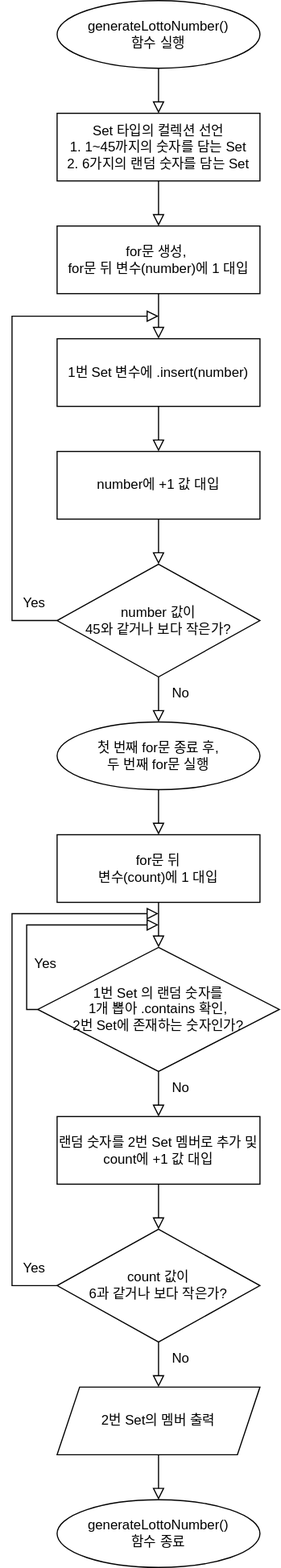
Earlier version of the draw.io export STEP1_generateLottoNumber_flowchart.svg (yagom-academy/swift-starter-Round2). Source tidied: cells renumbered, new cells last; positions are measured from the earlier drawing's top-left corner, leaving out a move shared by most shapes.
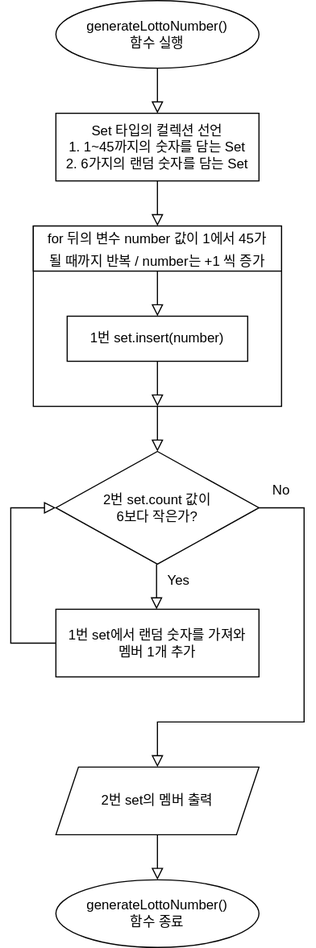
After the change.

Commit message:
REFACTOR: STEP1 while 반복문으로 수정

The edit, as a diff of the source:
```diff
@@ -18,135 +18,88 @@
         <mxPoint x="140" y="200" as="targetPoint" />
       </mxGeometry>
     </mxCell>
-    <mxCell id="6" value="for문 생성,&amp;nbsp;&lt;br&gt;for문 뒤 변수(number)에 1 대입" style="rounded=0;whiteSpace=wrap;html=1;" parent="1" vertex="1">
-      <mxGeometry x="50" y="200" width="180" height="60" as="geometry" />
-    </mxCell>
-    <mxCell id="7" style="rounded=0;html=1;jettySize=auto;orthogonalLoop=1;fontSize=11;endArrow=block;endFill=0;endSize=8;strokeWidth=1;shadow=0;labelBackgroundColor=none;edgeStyle=orthogonalEdgeStyle;exitX=0.5;exitY=1;exitDx=0;exitDy=0;" parent="1" edge="1">
-      <mxGeometry relative="1" as="geometry">
-        <mxPoint x="140" y="260" as="sourcePoint" />
-        <mxPoint x="140" y="300" as="targetPoint" />
-      </mxGeometry>
-    </mxCell>
-    <mxCell id="8" value="1번 Set 변수에 .insert(number)" style="rounded=0;whiteSpace=wrap;html=1;" parent="1" vertex="1">
-      <mxGeometry x="50" y="300" width="180" height="60" as="geometry" />
-    </mxCell>
-    <mxCell id="9" style="rounded=0;html=1;jettySize=auto;fontSize=11;endArrow=block;endFill=0;endSize=8;strokeWidth=1;shadow=0;labelBackgroundColor=none;edgeStyle=orthogonalEdgeStyle;exitX=0.5;exitY=1;exitDx=0;exitDy=0;" parent="1" edge="1" source="8">
-      <mxGeometry relative="1" as="geometry">
-        <mxPoint x="140" y="400" as="targetPoint" />
-      </mxGeometry>
-    </mxCell>
-    <mxCell id="10" value="number 값이 &lt;br&gt;45와 같거나 보다 작은가?" style="rhombus;whiteSpace=wrap;html=1;rounded=0;" parent="1" vertex="1">
-      <mxGeometry x="50" y="500" width="180" height="100" as="geometry" />
-    </mxCell>
-    <mxCell id="11" value="number에 +1 값 대입" style="rounded=0;whiteSpace=wrap;html=1;" parent="1" vertex="1">
-      <mxGeometry x="50" y="400" width="180" height="60" as="geometry" />
-    </mxCell>
-    <mxCell id="12" style="rounded=0;html=1;jettySize=auto;fontSize=11;endArrow=block;endFill=0;endSize=8;strokeWidth=1;shadow=0;labelBackgroundColor=none;edgeStyle=orthogonalEdgeStyle;exitX=0.5;exitY=1;exitDx=0;exitDy=0;" parent="1" edge="1" source="11">
-      <mxGeometry relative="1" as="geometry">
-        <mxPoint x="140" y="500" as="targetPoint" />
-      </mxGeometry>
-    </mxCell>
-    <mxCell id="13" style="rounded=0;html=1;jettySize=auto;fontSize=11;endArrow=block;endFill=0;endSize=8;strokeWidth=1;shadow=0;labelBackgroundColor=none;edgeStyle=orthogonalEdgeStyle;exitX=0;exitY=0.5;exitDx=0;exitDy=0;" parent="1" edge="1" source="10">
-      <mxGeometry relative="1" as="geometry">
-        <mxPoint x="140" y="280" as="targetPoint" />
-        <Array as="points">
-          <mxPoint x="10" y="550" />
-          <mxPoint x="10" y="280" />
-        </Array>
-      </mxGeometry>
-    </mxCell>
-    <mxCell id="14" value="Yes" style="text;html=1;strokeColor=none;fillColor=none;align=center;verticalAlign=middle;whiteSpace=wrap;rounded=0;" parent="1" vertex="1">
-      <mxGeometry y="520" width="60" height="30" as="geometry" />
-    </mxCell>
-    <mxCell id="15" value="No" style="text;html=1;strokeColor=none;fillColor=none;align=center;verticalAlign=middle;whiteSpace=wrap;rounded=0;" parent="1" vertex="1">
-      <mxGeometry x="130" y="600" width="60" height="30" as="geometry" />
-    </mxCell>
-    <mxCell id="16" style="rounded=0;html=1;jettySize=auto;fontSize=11;endArrow=block;endFill=0;endSize=8;strokeWidth=1;shadow=0;labelBackgroundColor=none;edgeStyle=orthogonalEdgeStyle;exitX=0.5;exitY=1;exitDx=0;exitDy=0;" parent="1" edge="1" source="10">
-      <mxGeometry relative="1" as="geometry">
-        <mxPoint x="140" y="640" as="targetPoint" />
-      </mxGeometry>
-    </mxCell>
-    <mxCell id="17" style="rounded=0;html=1;jettySize=auto;orthogonalLoop=1;fontSize=11;endArrow=block;endFill=0;endSize=8;strokeWidth=1;shadow=0;labelBackgroundColor=none;edgeStyle=orthogonalEdgeStyle;exitX=0.5;exitY=1;exitDx=0;exitDy=0;" parent="1" edge="1">
-      <mxGeometry relative="1" as="geometry">
-        <mxPoint x="140" y="700" as="sourcePoint" />
-        <mxPoint x="140" y="740" as="targetPoint" />
-      </mxGeometry>
-    </mxCell>
-    <mxCell id="18" value="for문 뒤 &lt;br&gt;변수(count)에 1 대입" style="rounded=0;whiteSpace=wrap;html=1;" parent="1" vertex="1">
-      <mxGeometry x="50" y="740" width="180" height="60" as="geometry" />
-    </mxCell>
-    <mxCell id="19" style="rounded=0;html=1;jettySize=auto;orthogonalLoop=1;fontSize=11;endArrow=block;endFill=0;endSize=8;strokeWidth=1;shadow=0;labelBackgroundColor=none;edgeStyle=orthogonalEdgeStyle;exitX=0.5;exitY=1;exitDx=0;exitDy=0;" parent="1" edge="1">
-      <mxGeometry relative="1" as="geometry">
-        <mxPoint x="140" y="800" as="sourcePoint" />
-        <mxPoint x="140" y="840" as="targetPoint" />
-      </mxGeometry>
-    </mxCell>
-    <mxCell id="20" value="count 값이 &lt;br&gt;6과 같거나 보다 작은가?" style="rhombus;whiteSpace=wrap;html=1;rounded=0;" parent="1" vertex="1">
-      <mxGeometry x="50" y="1090" width="180" height="100" as="geometry" />
-    </mxCell>
-    <mxCell id="21" value="랜덤 숫자를 2번 Set 멤버로 추가 및&lt;br&gt;count에 +1 값 대입" style="rounded=0;whiteSpace=wrap;html=1;" parent="1" vertex="1">
-      <mxGeometry x="50" y="990" width="180" height="60" as="geometry" />
-    </mxCell>
-    <mxCell id="22" style="rounded=0;html=1;jettySize=auto;fontSize=11;endArrow=block;endFill=0;endSize=8;strokeWidth=1;shadow=0;labelBackgroundColor=none;edgeStyle=orthogonalEdgeStyle;exitX=0.5;exitY=1;exitDx=0;exitDy=0;" parent="1" edge="1" source="21">
-      <mxGeometry relative="1" as="geometry">
-        <mxPoint x="140" y="1090" as="targetPoint" />
-      </mxGeometry>
-    </mxCell>
-    <mxCell id="23" style="rounded=0;html=1;jettySize=auto;fontSize=11;endArrow=block;endFill=0;endSize=8;strokeWidth=1;shadow=0;labelBackgroundColor=none;edgeStyle=orthogonalEdgeStyle;exitX=0;exitY=0.5;exitDx=0;exitDy=0;" parent="1" edge="1" source="20">
-      <mxGeometry relative="1" as="geometry">
-        <mxPoint x="140" y="810" as="targetPoint" />
-        <Array as="points">
-          <mxPoint x="10" y="1140" />
-          <mxPoint x="10" y="810" />
-        </Array>
-      </mxGeometry>
-    </mxCell>
-    <mxCell id="24" value="Yes" style="text;html=1;strokeColor=none;fillColor=none;align=center;verticalAlign=middle;whiteSpace=wrap;rounded=0;" parent="1" vertex="1">
-      <mxGeometry y="1110" width="60" height="30" as="geometry" />
-    </mxCell>
-    <mxCell id="25" value="No" style="text;html=1;strokeColor=none;fillColor=none;align=center;verticalAlign=middle;whiteSpace=wrap;rounded=0;" parent="1" vertex="1">
-      <mxGeometry x="130" y="1190" width="60" height="30" as="geometry" />
-    </mxCell>
-    <mxCell id="26" style="rounded=0;html=1;jettySize=auto;fontSize=11;endArrow=block;endFill=0;endSize=8;strokeWidth=1;shadow=0;labelBackgroundColor=none;edgeStyle=orthogonalEdgeStyle;exitX=0.5;exitY=1;exitDx=0;exitDy=0;" parent="1" edge="1" source="20">
-      <mxGeometry relative="1" as="geometry">
-        <mxPoint x="140" y="1230" as="targetPoint" />
-      </mxGeometry>
-    </mxCell>
     <mxCell id="27" value="&lt;span&gt;generateLottoNumber()&lt;/span&gt;&lt;br&gt;&lt;span&gt;함수 종료&lt;/span&gt;" style="ellipse;whiteSpace=wrap;html=1;rounded=0;" parent="1" vertex="1">
-      <mxGeometry x="50" y="1330" width="180" height="60" as="geometry" />
+      <mxGeometry x="50" y="780" width="180" height="60" as="geometry" />
     </mxCell>
-    <mxCell id="28" value="첫 번째 for문 종료 후,&lt;br&gt;두 번째 for문 실행" style="ellipse;whiteSpace=wrap;html=1;rounded=0;" parent="1" vertex="1">
-      <mxGeometry x="50" y="640" width="180" height="60" as="geometry" />
-    </mxCell>
-    <mxCell id="29" value="1번 Set 의 랜덤 숫자를 &lt;br&gt;1개 뽑아 .contains 확인,&lt;br&gt;2번 Set에 존재하는 숫자인가?" style="rhombus;whiteSpace=wrap;html=1;rounded=0;" parent="1" vertex="1">
-      <mxGeometry x="32.8" y="840" width="214.4" height="110" as="geometry" />
-    </mxCell>
-    <mxCell id="30" style="rounded=0;html=1;jettySize=auto;fontSize=11;endArrow=block;endFill=0;endSize=8;strokeWidth=1;shadow=0;labelBackgroundColor=none;edgeStyle=orthogonalEdgeStyle;exitX=0;exitY=0.5;exitDx=0;exitDy=0;" parent="1" edge="1" source="29">
-      <mxGeometry relative="1" as="geometry">
-        <mxPoint x="140" y="820" as="targetPoint" />
-        <Array as="points">
-          <mxPoint x="23" y="820" />
-        </Array>
-      </mxGeometry>
-    </mxCell>
-    <mxCell id="31" style="rounded=0;html=1;jettySize=auto;fontSize=11;endArrow=block;endFill=0;endSize=8;strokeWidth=1;shadow=0;labelBackgroundColor=none;edgeStyle=orthogonalEdgeStyle;exitX=0.5;exitY=1;exitDx=0;exitDy=0;" parent="1" edge="1" source="29">
-      <mxGeometry relative="1" as="geometry">
-        <mxPoint x="140" y="990" as="targetPoint" />
-      </mxGeometry>
-    </mxCell>
-    <mxCell id="32" value="Yes" style="text;html=1;strokeColor=none;fillColor=none;align=center;verticalAlign=middle;whiteSpace=wrap;rounded=0;" parent="1" vertex="1">
-      <mxGeometry x="10" y="840" width="60" height="30" as="geometry" />
-    </mxCell>
-    <mxCell id="33" value="No" style="text;html=1;strokeColor=none;fillColor=none;align=center;verticalAlign=middle;whiteSpace=wrap;rounded=0;" parent="1" vertex="1">
-      <mxGeometry x="130" y="950" width="60" height="30" as="geometry" />
-    </mxCell>
     <mxCell id="34" style="rounded=0;html=1;jettySize=auto;fontSize=11;endArrow=block;endFill=0;endSize=8;strokeWidth=1;shadow=0;labelBackgroundColor=none;edgeStyle=orthogonalEdgeStyle;entryX=0.5;entryY=0;entryDx=0;entryDy=0;" parent="1" edge="1" target="27">
       <mxGeometry relative="1" as="geometry">
-        <mxPoint x="140" y="1290" as="sourcePoint" />
+        <mxPoint x="140" y="740" as="sourcePoint" />
       </mxGeometry>
     </mxCell>
-    <mxCell id="35" value="2번 Set의 멤버 출력" style="shape=parallelogram;perimeter=parallelogramPerimeter;whiteSpace=wrap;html=1;fixedSize=1;rounded=0;" parent="1" vertex="1">
-      <mxGeometry x="50" y="1230" width="180" height="60" as="geometry" />
+    <mxCell id="35" value="2번 set의 멤버 출력" style="shape=parallelogram;perimeter=parallelogramPerimeter;whiteSpace=wrap;html=1;fixedSize=1;rounded=0;" parent="1" vertex="1">
+      <mxGeometry x="50" y="680" width="180" height="60" as="geometry" />
     </mxCell>
+    <mxCell id="36" style="rounded=0;whiteSpace=wrap;html=1;fontSize=16;" parent="1" vertex="1">
+      <mxGeometry x="30" y="200" width="220" height="160" as="geometry" />
+    </mxCell>
+    <mxCell id="37" value="&lt;font style=&quot;font-size: 12px&quot;&gt;for 뒤의 변수 number 값이 1에서 45가 &lt;br&gt;될 때까지 반복 / number는 +1 씩 증가&lt;/font&gt;" style="rounded=0;whiteSpace=wrap;html=1;fontSize=16;" parent="1" vertex="1">
+      <mxGeometry x="30" y="200" width="220" height="40" as="geometry" />
+    </mxCell>
+    <mxCell id="38" style="rounded=0;html=1;jettySize=auto;fontSize=11;endArrow=block;endFill=0;endSize=8;strokeWidth=1;shadow=0;labelBackgroundColor=none;edgeStyle=orthogonalEdgeStyle;exitX=0.5;exitY=1;exitDx=0;exitDy=0;entryX=0.5;entryY=0.5;entryDx=0;entryDy=0;entryPerimeter=0;" parent="1" edge="1" source="37" target="36">
+      <mxGeometry relative="1" as="geometry">
+        <Array as="points">
+          <mxPoint x="140" y="240" />
+          <mxPoint x="140" y="240" />
+        </Array>
+      </mxGeometry>
+    </mxCell>
+    <mxCell id="39" value="1번 set.insert(number)" style="rounded=0;whiteSpace=wrap;html=1;fontSize=12;" parent="1" vertex="1">
+      <mxGeometry x="60" y="280" width="160" height="40" as="geometry" />
+    </mxCell>
+    <mxCell id="40" style="rounded=0;html=1;jettySize=auto;fontSize=11;endArrow=block;endFill=0;endSize=8;strokeWidth=1;shadow=0;labelBackgroundColor=none;edgeStyle=orthogonalEdgeStyle;entryX=0.5;entryY=1;entryDx=0;entryDy=0;" parent="1" edge="1" target="36">
+      <mxGeometry relative="1" as="geometry">
+        <mxPoint x="140" y="320" as="sourcePoint" />
+        <Array as="points">
+          <mxPoint x="140" y="330" />
+          <mxPoint x="140" y="330" />
+        </Array>
+      </mxGeometry>
+    </mxCell>
+    <mxCell id="41" style="rounded=0;html=1;jettySize=auto;orthogonalLoop=1;fontSize=11;endArrow=block;endFill=0;endSize=8;strokeWidth=1;shadow=0;labelBackgroundColor=none;edgeStyle=orthogonalEdgeStyle;" parent="1" edge="1">
+      <mxGeometry relative="1" as="geometry">
+        <mxPoint x="140" y="360" as="sourcePoint" />
+        <mxPoint x="140" y="400" as="targetPoint" />
+        <Array as="points">
+          <mxPoint x="140" y="360" />
+          <mxPoint x="140" y="360" />
+        </Array>
+      </mxGeometry>
+    </mxCell>
+    <mxCell id="42" value="2번 set.count 값이 &lt;br&gt;6보다 작은가?" style="rhombus;whiteSpace=wrap;html=1;rounded=0;" parent="1" vertex="1">
+      <mxGeometry x="50" y="400" width="180" height="100" as="geometry" />
+    </mxCell>
+    <mxCell id="43" value="Yes" style="text;html=1;strokeColor=none;fillColor=none;align=center;verticalAlign=middle;whiteSpace=wrap;rounded=0;" parent="1" vertex="1">
+      <mxGeometry x="129.2" y="500" width="60" height="30" as="geometry" />
+    </mxCell>
+    <mxCell id="44" style="rounded=0;html=1;jettySize=auto;orthogonalLoop=1;fontSize=11;endArrow=block;endFill=0;endSize=8;strokeWidth=1;shadow=0;labelBackgroundColor=none;edgeStyle=orthogonalEdgeStyle;exitX=0.5;exitY=1;exitDx=0;exitDy=0;" parent="1" edge="1">
+      <mxGeometry relative="1" as="geometry">
+        <mxPoint x="139.2" y="500" as="sourcePoint" />
+        <mxPoint x="139.2" y="540" as="targetPoint" />
+      </mxGeometry>
+    </mxCell>
+    <mxCell id="45" style="rounded=0;html=1;jettySize=auto;fontSize=11;endArrow=block;endFill=0;endSize=8;strokeWidth=1;shadow=0;labelBackgroundColor=none;edgeStyle=orthogonalEdgeStyle;exitX=1;exitY=0.5;exitDx=0;exitDy=0;" parent="1" edge="1" source="42">
+      <mxGeometry relative="1" as="geometry">
+        <mxPoint x="140" y="680" as="targetPoint" />
+        <Array as="points">
+          <mxPoint x="270" y="450" />
+          <mxPoint x="270" y="640" />
+          <mxPoint x="140" y="640" />
+        </Array>
+      </mxGeometry>
+    </mxCell>
+    <mxCell id="46" value="1번 set에서 랜덤 숫자를 가져와 &lt;br&gt;멤버 1개 추가" style="rounded=0;whiteSpace=wrap;html=1;" parent="1" vertex="1">
+      <mxGeometry x="50" y="540" width="180" height="60" as="geometry" />
+    </mxCell>
+    <mxCell id="47" style="rounded=0;html=1;jettySize=auto;fontSize=11;endArrow=block;endFill=0;endSize=8;strokeWidth=1;shadow=0;labelBackgroundColor=none;edgeStyle=orthogonalEdgeStyle;exitX=0;exitY=0.5;exitDx=0;exitDy=0;entryX=0;entryY=0.5;entryDx=0;entryDy=0;" parent="1" edge="1" source="46" target="42">
+      <mxGeometry relative="1" as="geometry">
+        <Array as="points">
+          <mxPoint x="10" y="570" />
+          <mxPoint x="10" y="450" />
+        </Array>
+      </mxGeometry>
+    </mxCell>
+    <mxCell id="48" value="No" style="text;html=1;strokeColor=none;fillColor=none;align=center;verticalAlign=middle;whiteSpace=wrap;rounded=0;" parent="1" vertex="1">
+      <mxGeometry x="220" y="420" width="60" height="30" as="geometry" />
+    </mxCell>
   </root>
 </mxGraphModel>
```
